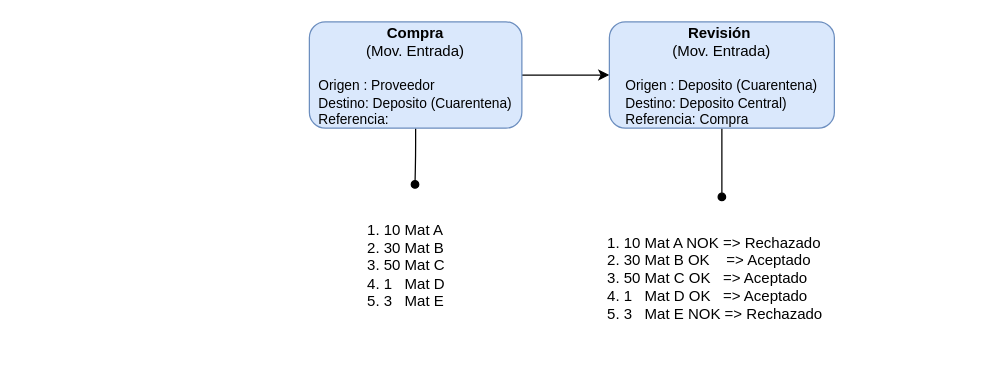
Before: page "Disponibilización" (4 of 4) of Untitled Diagram.drawio in GJRusso/TMG, a draw.io diagram. Source tidied: cells renumbered, new cells numbered last; positions are measured from the earlier drawing's top-left corner, leaving out a move shared by most shapes. Both pictures are drawn from the tidied source at 125%, with x=0, y=0 at pixel (309, 21).
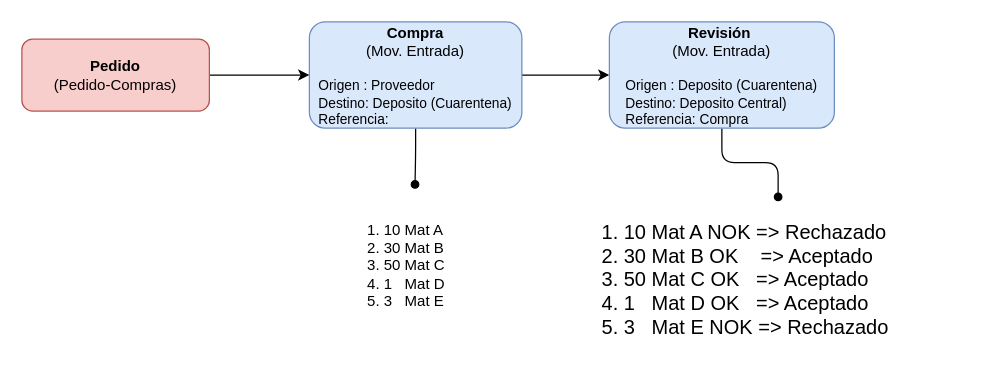
Above is the later version.

Commit message:
Agregamos info a Disponibilizacion

What changed in the source:
```diff
@@
 <mxGraphModel>
   <root>
     <mxCell id="0" />
     <mxCell id="1" parent="0" />
     <mxCell id="2" style="edgeStyle=orthogonalEdgeStyle;rounded=1;jettySize=auto;html=1;entryX=0;entryY=0.5;entryDx=0;entryDy=0;" parent="1" edge="1" source="4" target="6">
       <mxGeometry relative="1" as="geometry" />
     </mxCell>
     <mxCell id="3" style="edgeStyle=orthogonalEdgeStyle;rounded=1;jettySize=auto;html=1;endArrow=oval;endFill=1;" parent="1" edge="1" source="4" target="7">
       <mxGeometry relative="1" as="geometry" />
     </mxCell>
     <mxCell id="4" value="&lt;b&gt;Compra&lt;br&gt;&lt;/b&gt;(Mov. Entrada)&lt;br&gt;&lt;br&gt;&lt;div style=&quot;text-align: left ; font-size: 11px&quot;&gt;Origen : Proveedor&lt;/div&gt;&lt;div style=&quot;text-align: left ; font-size: 11px&quot;&gt;Destino: Deposito (Cuarentena)&lt;/div&gt;&lt;div style=&quot;text-align: left ; font-size: 11px&quot;&gt;Referencia:&lt;/div&gt;" style="rounded=1;whiteSpace=wrap;html=1;fillColor=#dae8fc;strokeColor=#6c8ebf;" parent="1" vertex="1">
       <mxGeometry width="170" height="85" as="geometry" />
     </mxCell>
     <mxCell id="5" style="edgeStyle=orthogonalEdgeStyle;rounded=1;jettySize=auto;html=1;endArrow=oval;endFill=1;" parent="1" edge="1" source="6" target="8">
       <mxGeometry relative="1" as="geometry" />
     </mxCell>
     <mxCell id="6" value="&lt;b&gt;Revisión&amp;nbsp;&lt;/b&gt;&lt;br&gt;(Mov. Entrada)&lt;br&gt;&lt;br&gt;&lt;div style=&quot;text-align: left ; font-size: 11px&quot;&gt;Origen : Deposito (Cuarentena)&lt;/div&gt;&lt;div style=&quot;text-align: left ; font-size: 11px&quot;&gt;Destino: Deposito Central)&lt;/div&gt;&lt;div style=&quot;text-align: left ; font-size: 11px&quot;&gt;Referencia: Compra&lt;/div&gt;" style="rounded=1;whiteSpace=wrap;html=1;fillColor=#dae8fc;strokeColor=#6c8ebf;" parent="1" vertex="1">
       <mxGeometry x="240" width="180" height="85" as="geometry" />
     </mxCell>
     <mxCell id="7" value="&lt;ol&gt;&lt;li&gt;10 Mat A&amp;nbsp;&lt;/li&gt;&lt;li&gt;30 Mat B&lt;/li&gt;&lt;li&gt;50 Mat C&lt;/li&gt;&lt;li&gt;1&amp;nbsp; &amp;nbsp;Mat D&lt;/li&gt;&lt;li&gt;3&amp;nbsp; &amp;nbsp;Mat E&lt;/li&gt;&lt;/ol&gt;" style="text;strokeColor=none;fillColor=none;html=1;whiteSpace=wrap;verticalAlign=middle;overflow=hidden;" parent="1" vertex="1">
       <mxGeometry x="18" y="130" width="133" height="130" as="geometry" />
     </mxCell>
-    <mxCell id="8" value="&lt;ol&gt;&lt;li&gt;10 Mat A NOK =&amp;gt; Rechazado&lt;/li&gt;&lt;li&gt;30 Mat B OK&amp;nbsp;&amp;nbsp; &amp;nbsp;=&amp;gt; Aceptado&lt;/li&gt;&lt;li&gt;50 Mat C OK&amp;nbsp; &amp;nbsp;=&amp;gt; Aceptado&lt;/li&gt;&lt;li&gt;1&amp;nbsp; &amp;nbsp;Mat D OK&amp;nbsp; &amp;nbsp;=&amp;gt; Aceptado&amp;nbsp;&lt;/li&gt;&lt;li&gt;3&amp;nbsp; &amp;nbsp;Mat E NOK =&amp;gt; Rechazado&lt;/li&gt;&lt;/ol&gt;" style="text;html=1;whiteSpace=wrap;verticalAlign=middle;overflow=hidden;" parent="1" vertex="1">
-      <mxGeometry x="210" y="140" width="240" height="130" as="geometry" />
+    <mxCell id="8" value="&lt;ol style=&quot;font-size: 16px;&quot;&gt;&lt;li style=&quot;font-size: 16px;&quot;&gt;10 Mat A NOK =&amp;gt; Rechazado&lt;/li&gt;&lt;li style=&quot;font-size: 16px;&quot;&gt;30 Mat B OK&amp;nbsp;&amp;nbsp; &amp;nbsp;=&amp;gt; Aceptado&lt;/li&gt;&lt;li style=&quot;font-size: 16px;&quot;&gt;50 Mat C OK&amp;nbsp; &amp;nbsp;=&amp;gt; Aceptado&lt;/li&gt;&lt;li style=&quot;font-size: 16px;&quot;&gt;1&amp;nbsp; &amp;nbsp;Mat D OK&amp;nbsp; &amp;nbsp;=&amp;gt; Aceptado&amp;nbsp;&lt;/li&gt;&lt;li style=&quot;font-size: 16px;&quot;&gt;3&amp;nbsp; &amp;nbsp;Mat E NOK =&amp;gt; Rechazado&lt;/li&gt;&lt;/ol&gt;" style="text;html=1;whiteSpace=wrap;verticalAlign=middle;overflow=hidden;fontSize=16;" parent="1" vertex="1">
+      <mxGeometry x="210" y="140" width="330" height="130" as="geometry" />
     </mxCell>
+    <mxCell id="9" style="edgeStyle=orthogonalEdgeStyle;rounded=0;jettySize=auto;html=1;" parent="1" edge="1" source="10" target="4">
+      <mxGeometry relative="1" as="geometry" />
+    </mxCell>
+    <mxCell id="10" value="&lt;b&gt;Pedido&lt;/b&gt;&lt;br&gt;(Pedido-Compras)" style="rounded=1;whiteSpace=wrap;html=1;fillColor=#f8cecc;strokeColor=#b85450;" parent="1" vertex="1">
+      <mxGeometry x="-230" y="13.8" width="150" height="57.5" as="geometry" />
+    </mxCell>
   </root>
 </mxGraphModel>
```
